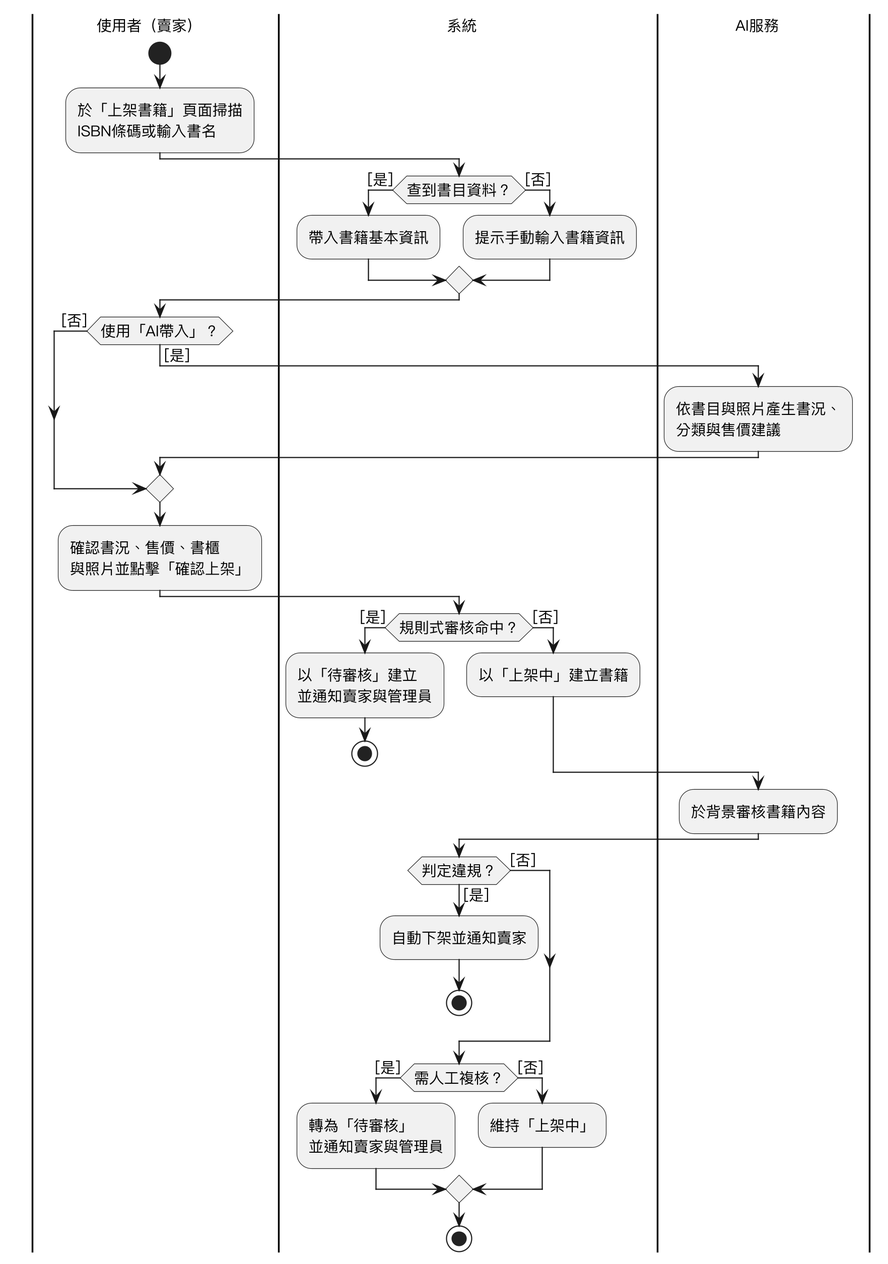
Earlier version of the PlantUML export Diagrams/Activity diagram/v3/uc01.png (SaveMyBook/SaveMyBook).
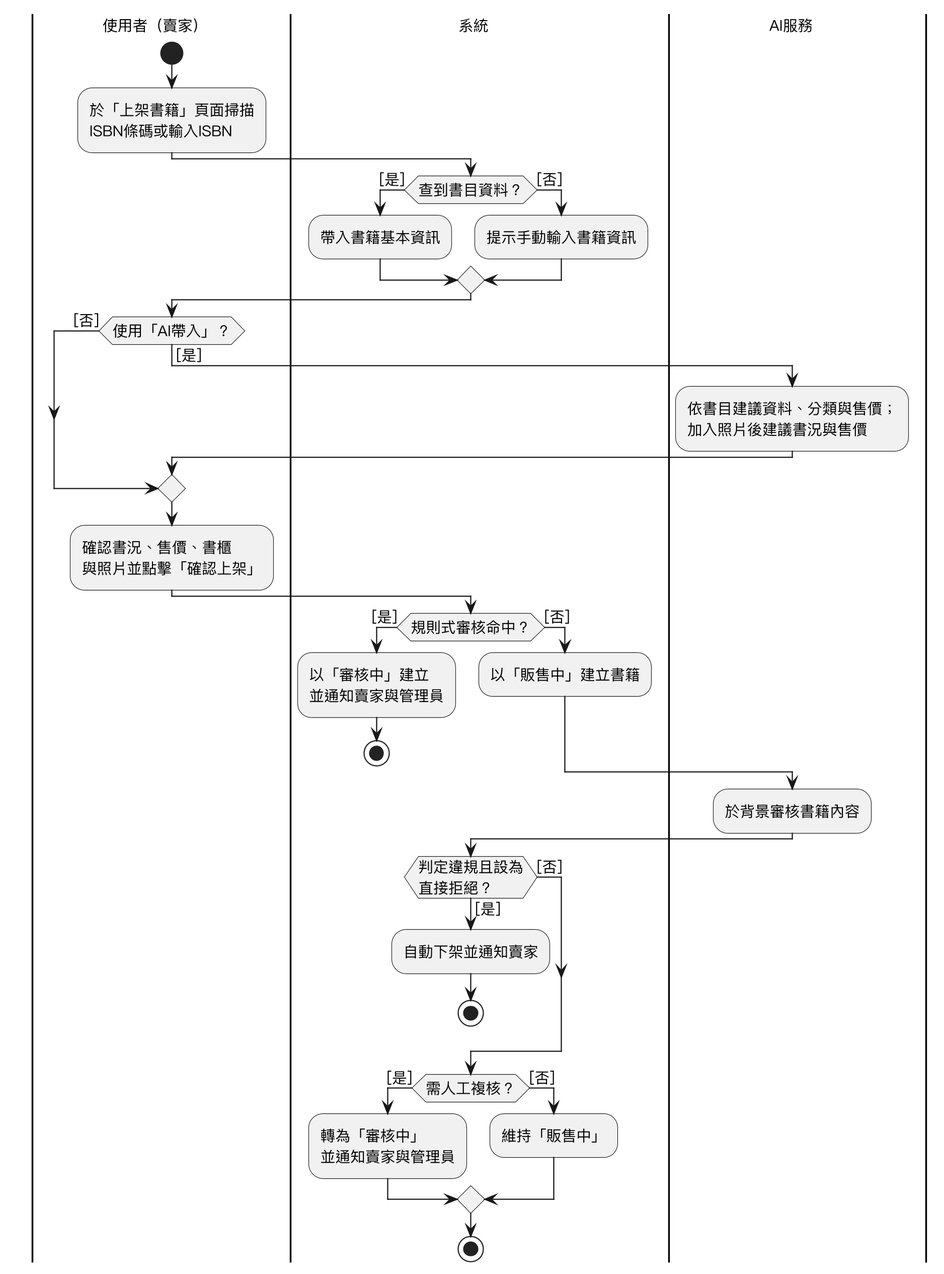
Above is the later version.

Diff of the diagram source:
```diff
@@ -7,7 +7,7 @@
 skinparam swimlaneWidth same
 |使用者（賣家）|
 start
-:於「上架書籍」頁面掃描\nISBN條碼或輸入書名;
+:於「上架書籍」頁面掃描\nISBN條碼或輸入ISBN;
 |系統|
 if (查到書目資料？) then ([是])
   :帶入書籍基本資訊;
@@ -17,30 +17,30 @@
 |使用者（賣家）|
 if (使用「AI帶入」？) then ([是]\n)
   |AI服務|
-  :依書目與照片產生書況、\n分類與售價建議;
+  :依書目建議資料、分類與售價；\n加入照片後建議書況與售價;
 else ([否])
 endif
 |使用者（賣家）|
 :確認書況、售價、書櫃\n與照片並點擊「確認上架」;
 |系統|
 if (規則式審核命中？) then ([是])
-  :以「待審核」建立\n並通知賣家與管理員;
+  :以「審核中」建立\n並通知賣家與管理員;
   stop
 else ([否])
-  :以「上架中」建立書籍;
+  :以「販售中」建立書籍;
 endif
 |AI服務|
 :於背景審核書籍內容;
 |系統|
-if (判定違規？) then ([是])
+if (判定違規且設為\n直接拒絕？) then ([是])
   :自動下架並通知賣家;
   stop
 else ([否])
 endif
 if (需人工複核？) then ([是])
-  :轉為「待審核」\n並通知賣家與管理員;
+  :轉為「審核中」\n並通知賣家與管理員;
 else ([否])
-  :維持「上架中」;
+  :維持「販售中」;
 endif
 stop
 @enduml
```
